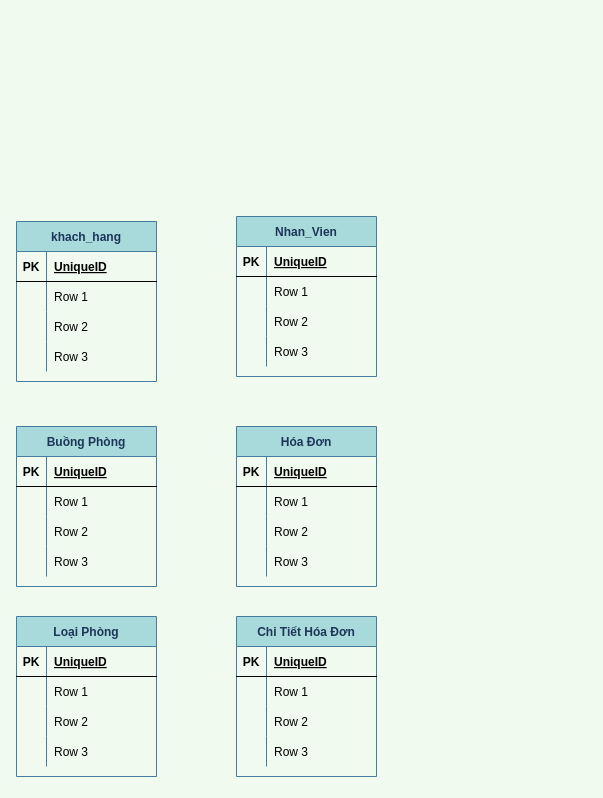
maialino123/QLKS keeps this draw.io diagram as Untitled Diagram.drawio. Above is the earlier version. Source tidied: cells renumbered, new cells numbered last; positions are measured from the earlier drawing's top-left corner, leaving out a move shared by most shapes. Both pictures are drawn from the tidied source at 100%, with x=0, y=0 at pixel (16, 216).
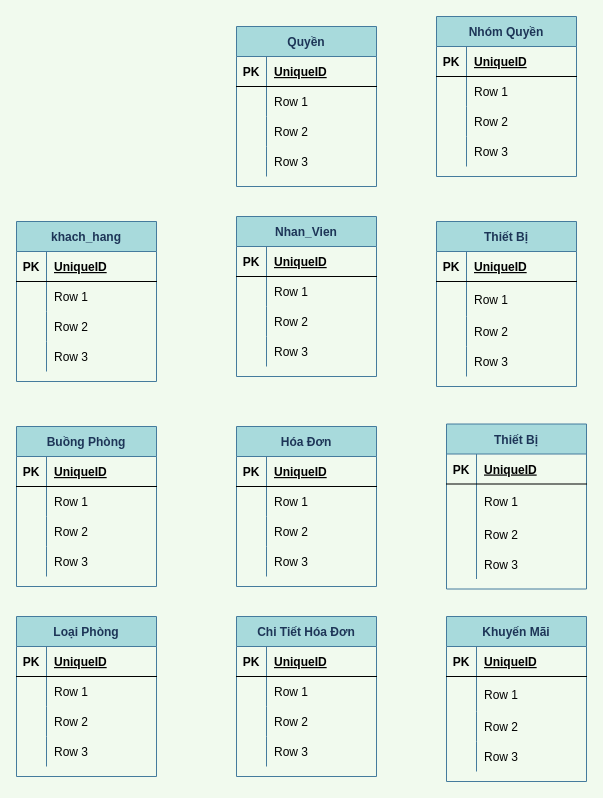
After the change.

Diff of the diagram source:
```diff
@@
+    <mxCell id="80" value="Thiết Bị" style="shape=table;startSize=30;childLayout=tableLayout;rowLines=0;fontStyle=1;align=center;strokeColor=#457B9D;fillColor=#A8DADC;fontColor=#1D3557;" parent="1" vertex="1">
+      <mxGeometry x="420" y="5" width="140" height="165" as="geometry" />
+    </mxCell>
+    <mxCell id="81" style="shape=partialRectangle;fillColor=none;top=0;left=0;bottom=1;right=0;" parent="80" vertex="1">
+      <mxGeometry y="30" width="140" height="30" as="geometry" />
+    </mxCell>
+    <mxCell id="82" value="PK" style="shape=partialRectangle;fillColor=none;top=0;left=0;bottom=0;right=0;fontStyle=1;overflow=hidden;" parent="81" vertex="1">
+      <mxGeometry width="30" height="30" as="geometry" />
+    </mxCell>
+    <mxCell id="83" value="UniqueID" style="shape=partialRectangle;fillColor=none;top=0;left=0;bottom=0;right=0;align=left;spacingLeft=6;fontStyle=5;overflow=hidden;" parent="81" vertex="1">
+      <mxGeometry x="30" width="110" height="30" as="geometry" />
+    </mxCell>
+    <mxCell id="84" style="shape=partialRectangle;fillColor=none;top=0;left=0;bottom=0;right=0;" parent="80" vertex="1">
+      <mxGeometry y="60" width="140" height="35" as="geometry" />
+    </mxCell>
+    <mxCell id="85" style="shape=partialRectangle;fillColor=none;top=0;left=0;bottom=0;right=0;overflow=hidden;" parent="84" vertex="1">
+      <mxGeometry width="30" height="35" as="geometry" />
+    </mxCell>
+    <mxCell id="86" value="Row 1" style="shape=partialRectangle;fillColor=none;top=0;left=0;bottom=0;right=0;align=left;spacingLeft=6;overflow=hidden;" parent="84" vertex="1">
+      <mxGeometry x="30" width="110" height="35" as="geometry" />
+    </mxCell>
+    <mxCell id="87" style="shape=partialRectangle;fillColor=none;top=0;left=0;bottom=0;right=0;" parent="80" vertex="1">
+      <mxGeometry y="95" width="140" height="30" as="geometry" />
+    </mxCell>
+    <mxCell id="88" style="shape=partialRectangle;fillColor=none;top=0;left=0;bottom=0;right=0;overflow=hidden;" parent="87" vertex="1">
+      <mxGeometry width="30" height="30" as="geometry" />
+    </mxCell>
+    <mxCell id="89" value="Row 2" style="shape=partialRectangle;fillColor=none;top=0;left=0;bottom=0;right=0;align=left;spacingLeft=6;overflow=hidden;" parent="87" vertex="1">
+      <mxGeometry x="30" width="110" height="30" as="geometry" />
+    </mxCell>
+    <mxCell id="90" style="shape=partialRectangle;fillColor=none;top=0;left=0;bottom=0;right=0;" parent="80" vertex="1">
+      <mxGeometry y="125" width="140" height="30" as="geometry" />
+    </mxCell>
+    <mxCell id="91" style="shape=partialRectangle;fillColor=none;top=0;left=0;bottom=0;right=0;overflow=hidden;" parent="90" vertex="1">
+      <mxGeometry width="30" height="30" as="geometry" />
+    </mxCell>
+    <mxCell id="92" value="Row 3" style="shape=partialRectangle;fillColor=none;top=0;left=0;bottom=0;right=0;align=left;spacingLeft=6;overflow=hidden;" parent="90" vertex="1">
+      <mxGeometry x="30" width="110" height="30" as="geometry" />
+    </mxCell>
+    <mxCell id="93" value="Thiết Bị" style="shape=table;startSize=30;childLayout=tableLayout;rowLines=0;fontStyle=1;align=center;strokeColor=#457B9D;fillColor=#A8DADC;fontColor=#1D3557;" parent="1" vertex="1">
+      <mxGeometry x="430" y="207.5" width="140" height="165" as="geometry" />
+    </mxCell>
+    <mxCell id="94" style="shape=partialRectangle;fillColor=none;top=0;left=0;bottom=1;right=0;" parent="93" vertex="1">
+      <mxGeometry y="30" width="140" height="30" as="geometry" />
+    </mxCell>
+    <mxCell id="95" value="PK" style="shape=partialRectangle;fillColor=none;top=0;left=0;bottom=0;right=0;fontStyle=1;overflow=hidden;" parent="94" vertex="1">
+      <mxGeometry width="30" height="30" as="geometry" />
+    </mxCell>
+    <mxCell id="96" value="UniqueID" style="shape=partialRectangle;fillColor=none;top=0;left=0;bottom=0;right=0;align=left;spacingLeft=6;fontStyle=5;overflow=hidden;" parent="94" vertex="1">
+      <mxGeometry x="30" width="110" height="30" as="geometry" />
+    </mxCell>
+    <mxCell id="97" style="shape=partialRectangle;fillColor=none;top=0;left=0;bottom=0;right=0;" parent="93" vertex="1">
+      <mxGeometry y="60" width="140" height="35" as="geometry" />
+    </mxCell>
+    <mxCell id="98" style="shape=partialRectangle;fillColor=none;top=0;left=0;bottom=0;right=0;overflow=hidden;" parent="97" vertex="1">
+      <mxGeometry width="30" height="35" as="geometry" />
+    </mxCell>
+    <mxCell id="99" value="Row 1" style="shape=partialRectangle;fillColor=none;top=0;left=0;bottom=0;right=0;align=left;spacingLeft=6;overflow=hidden;" parent="97" vertex="1">
+      <mxGeometry x="30" width="110" height="35" as="geometry" />
+    </mxCell>
+    <mxCell id="100" style="shape=partialRectangle;fillColor=none;top=0;left=0;bottom=0;right=0;" parent="93" vertex="1">
+      <mxGeometry y="95" width="140" height="30" as="geometry" />
+    </mxCell>
+    <mxCell id="101" style="shape=partialRectangle;fillColor=none;top=0;left=0;bottom=0;right=0;overflow=hidden;" parent="100" vertex="1">
+      <mxGeometry width="30" height="30" as="geometry" />
+    </mxCell>
+    <mxCell id="102" value="Row 2" style="shape=partialRectangle;fillColor=none;top=0;left=0;bottom=0;right=0;align=left;spacingLeft=6;overflow=hidden;" parent="100" vertex="1">
+      <mxGeometry x="30" width="110" height="30" as="geometry" />
+    </mxCell>
+    <mxCell id="103" style="shape=partialRectangle;fillColor=none;top=0;left=0;bottom=0;right=0;" parent="93" vertex="1">
+      <mxGeometry y="125" width="140" height="30" as="geometry" />
+    </mxCell>
+    <mxCell id="104" style="shape=partialRectangle;fillColor=none;top=0;left=0;bottom=0;right=0;overflow=hidden;" parent="103" vertex="1">
+      <mxGeometry width="30" height="30" as="geometry" />
+    </mxCell>
+    <mxCell id="105" value="Row 3" style="shape=partialRectangle;fillColor=none;top=0;left=0;bottom=0;right=0;align=left;spacingLeft=6;overflow=hidden;" parent="103" vertex="1">
+      <mxGeometry x="30" width="110" height="30" as="geometry" />
+    </mxCell>
+    <mxCell id="106" value="Khuyến Mãi" style="shape=table;startSize=30;childLayout=tableLayout;rowLines=0;fontStyle=1;align=center;strokeColor=#457B9D;fillColor=#A8DADC;fontColor=#1D3557;" parent="1" vertex="1">
+      <mxGeometry x="430" y="400" width="140" height="165" as="geometry" />
+    </mxCell>
+    <mxCell id="107" style="shape=partialRectangle;fillColor=none;top=0;left=0;bottom=1;right=0;" parent="106" vertex="1">
+      <mxGeometry y="30" width="140" height="30" as="geometry" />
+    </mxCell>
+    <mxCell id="108" value="PK" style="shape=partialRectangle;fillColor=none;top=0;left=0;bottom=0;right=0;fontStyle=1;overflow=hidden;" parent="107" vertex="1">
+      <mxGeometry width="30" height="30" as="geometry" />
+    </mxCell>
+    <mxCell id="109" value="UniqueID" style="shape=partialRectangle;fillColor=none;top=0;left=0;bottom=0;right=0;align=left;spacingLeft=6;fontStyle=5;overflow=hidden;" parent="107" vertex="1">
+      <mxGeometry x="30" width="110" height="30" as="geometry" />
+    </mxCell>
+    <mxCell id="110" style="shape=partialRectangle;fillColor=none;top=0;left=0;bottom=0;right=0;" parent="106" vertex="1">
+      <mxGeometry y="60" width="140" height="35" as="geometry" />
+    </mxCell>
+    <mxCell id="111" style="shape=partialRectangle;fillColor=none;top=0;left=0;bottom=0;right=0;overflow=hidden;" parent="110" vertex="1">
+      <mxGeometry width="30" height="35" as="geometry" />
+    </mxCell>
+    <mxCell id="112" value="Row 1" style="shape=partialRectangle;fillColor=none;top=0;left=0;bottom=0;right=0;align=left;spacingLeft=6;overflow=hidden;" parent="110" vertex="1">
+      <mxGeometry x="30" width="110" height="35" as="geometry" />
+    </mxCell>
+    <mxCell id="113" style="shape=partialRectangle;fillColor=none;top=0;left=0;bottom=0;right=0;" parent="106" vertex="1">
+      <mxGeometry y="95" width="140" height="30" as="geometry" />
+    </mxCell>
+    <mxCell id="114" style="shape=partialRectangle;fillColor=none;top=0;left=0;bottom=0;right=0;overflow=hidden;" parent="113" vertex="1">
+      <mxGeometry width="30" height="30" as="geometry" />
+    </mxCell>
+    <mxCell id="115" value="Row 2" style="shape=partialRectangle;fillColor=none;top=0;left=0;bottom=0;right=0;align=left;spacingLeft=6;overflow=hidden;" parent="113" vertex="1">
+      <mxGeometry x="30" width="110" height="30" as="geometry" />
+    </mxCell>
+    <mxCell id="116" style="shape=partialRectangle;fillColor=none;top=0;left=0;bottom=0;right=0;" parent="106" vertex="1">
+      <mxGeometry y="125" width="140" height="30" as="geometry" />
+    </mxCell>
+    <mxCell id="117" style="shape=partialRectangle;fillColor=none;top=0;left=0;bottom=0;right=0;overflow=hidden;" parent="116" vertex="1">
+      <mxGeometry width="30" height="30" as="geometry" />
+    </mxCell>
+    <mxCell id="118" value="Row 3" style="shape=partialRectangle;fillColor=none;top=0;left=0;bottom=0;right=0;align=left;spacingLeft=6;overflow=hidden;" parent="116" vertex="1">
+      <mxGeometry x="30" width="110" height="30" as="geometry" />
+    </mxCell>
+    <mxCell id="119" value="Quyền" style="shape=table;startSize=30;childLayout=tableLayout;rowLines=0;fontStyle=1;align=center;strokeColor=#457B9D;fillColor=#A8DADC;fontColor=#1D3557;" parent="1" vertex="1">
+      <mxGeometry x="220" y="-190" width="140" height="160" as="geometry" />
+    </mxCell>
+    <mxCell id="120" style="shape=partialRectangle;fillColor=none;top=0;left=0;bottom=1;right=0;" parent="119" vertex="1">
+      <mxGeometry y="30" width="140" height="30" as="geometry" />
+    </mxCell>
+    <mxCell id="121" value="PK" style="shape=partialRectangle;fillColor=none;top=0;left=0;bottom=0;right=0;fontStyle=1;overflow=hidden;" parent="120" vertex="1">
+      <mxGeometry width="30" height="30" as="geometry" />
+    </mxCell>
+    <mxCell id="122" value="UniqueID" style="shape=partialRectangle;fillColor=none;top=0;left=0;bottom=0;right=0;align=left;spacingLeft=6;fontStyle=5;overflow=hidden;" parent="120" vertex="1">
+      <mxGeometry x="30" width="110" height="30" as="geometry" />
+    </mxCell>
+    <mxCell id="123" style="shape=partialRectangle;fillColor=none;top=0;left=0;bottom=0;right=0;" parent="119" vertex="1">
+      <mxGeometry y="60" width="140" height="30" as="geometry" />
+    </mxCell>
+    <mxCell id="124" style="shape=partialRectangle;fillColor=none;top=0;left=0;bottom=0;right=0;overflow=hidden;" parent="123" vertex="1">
+      <mxGeometry width="30" height="30" as="geometry" />
+    </mxCell>
+    <mxCell id="125" value="Row 1" style="shape=partialRectangle;fillColor=none;top=0;left=0;bottom=0;right=0;align=left;spacingLeft=6;overflow=hidden;" parent="123" vertex="1">
+      <mxGeometry x="30" width="110" height="30" as="geometry" />
+    </mxCell>
+    <mxCell id="126" style="shape=partialRectangle;fillColor=none;top=0;left=0;bottom=0;right=0;" parent="119" vertex="1">
+      <mxGeometry y="90" width="140" height="30" as="geometry" />
+    </mxCell>
+    <mxCell id="127" style="shape=partialRectangle;fillColor=none;top=0;left=0;bottom=0;right=0;overflow=hidden;" parent="126" vertex="1">
+      <mxGeometry width="30" height="30" as="geometry" />
+    </mxCell>
+    <mxCell id="128" value="Row 2" style="shape=partialRectangle;fillColor=none;top=0;left=0;bottom=0;right=0;align=left;spacingLeft=6;overflow=hidden;" parent="126" vertex="1">
+      <mxGeometry x="30" width="110" height="30" as="geometry" />
+    </mxCell>
+    <mxCell id="129" style="shape=partialRectangle;fillColor=none;top=0;left=0;bottom=0;right=0;" parent="119" vertex="1">
+      <mxGeometry y="120" width="140" height="30" as="geometry" />
+    </mxCell>
+    <mxCell id="130" style="shape=partialRectangle;fillColor=none;top=0;left=0;bottom=0;right=0;overflow=hidden;" parent="129" vertex="1">
+      <mxGeometry width="30" height="30" as="geometry" />
+    </mxCell>
+    <mxCell id="131" value="Row 3" style="shape=partialRectangle;fillColor=none;top=0;left=0;bottom=0;right=0;align=left;spacingLeft=6;overflow=hidden;" parent="129" vertex="1">
+      <mxGeometry x="30" width="110" height="30" as="geometry" />
+    </mxCell>
+    <mxCell id="132" value="Nhóm Quyền" style="shape=table;startSize=30;childLayout=tableLayout;rowLines=0;fontStyle=1;align=center;strokeColor=#457B9D;fillColor=#A8DADC;fontColor=#1D3557;" parent="1" vertex="1">
+      <mxGeometry x="420" y="-200" width="140" height="160" as="geometry" />
+    </mxCell>
+    <mxCell id="133" style="shape=partialRectangle;fillColor=none;top=0;left=0;bottom=1;right=0;" parent="132" vertex="1">
+      <mxGeometry y="30" width="140" height="30" as="geometry" />
+    </mxCell>
+    <mxCell id="134" value="PK" style="shape=partialRectangle;fillColor=none;top=0;left=0;bottom=0;right=0;fontStyle=1;overflow=hidden;" parent="133" vertex="1">
+      <mxGeometry width="30" height="30" as="geometry" />
+    </mxCell>
+    <mxCell id="135" value="UniqueID" style="shape=partialRectangle;fillColor=none;top=0;left=0;bottom=0;right=0;align=left;spacingLeft=6;fontStyle=5;overflow=hidden;" parent="133" vertex="1">
+      <mxGeometry x="30" width="110" height="30" as="geometry" />
+    </mxCell>
+    <mxCell id="136" style="shape=partialRectangle;fillColor=none;top=0;left=0;bottom=0;right=0;" parent="132" vertex="1">
+      <mxGeometry y="60" width="140" height="30" as="geometry" />
+    </mxCell>
+    <mxCell id="137" style="shape=partialRectangle;fillColor=none;top=0;left=0;bottom=0;right=0;overflow=hidden;" parent="136" vertex="1">
+      <mxGeometry width="30" height="30" as="geometry" />
+    </mxCell>
+    <mxCell id="138" value="Row 1" style="shape=partialRectangle;fillColor=none;top=0;left=0;bottom=0;right=0;align=left;spacingLeft=6;overflow=hidden;" parent="136" vertex="1">
+      <mxGeometry x="30" width="110" height="30" as="geometry" />
+    </mxCell>
+    <mxCell id="139" style="shape=partialRectangle;fillColor=none;top=0;left=0;bottom=0;right=0;" parent="132" vertex="1">
+      <mxGeometry y="90" width="140" height="30" as="geometry" />
+    </mxCell>
+    <mxCell id="140" style="shape=partialRectangle;fillColor=none;top=0;left=0;bottom=0;right=0;overflow=hidden;" parent="139" vertex="1">
+      <mxGeometry width="30" height="30" as="geometry" />
+    </mxCell>
+    <mxCell id="141" value="Row 2" style="shape=partialRectangle;fillColor=none;top=0;left=0;bottom=0;right=0;align=left;spacingLeft=6;overflow=hidden;" parent="139" vertex="1">
+      <mxGeometry x="30" width="110" height="30" as="geometry" />
+    </mxCell>
+    <mxCell id="142" style="shape=partialRectangle;fillColor=none;top=0;left=0;bottom=0;right=0;" parent="132" vertex="1">
+      <mxGeometry y="120" width="140" height="30" as="geometry" />
+    </mxCell>
+    <mxCell id="143" style="shape=partialRectangle;fillColor=none;top=0;left=0;bottom=0;right=0;overflow=hidden;" parent="142" vertex="1">
+      <mxGeometry width="30" height="30" as="geometry" />
+    </mxCell>
+    <mxCell id="144" value="Row 3" style="shape=partialRectangle;fillColor=none;top=0;left=0;bottom=0;right=0;align=left;spacingLeft=6;overflow=hidden;" parent="142" vertex="1">
+      <mxGeometry x="30" width="110" height="30" as="geometry" />
+    </mxCell>
```
